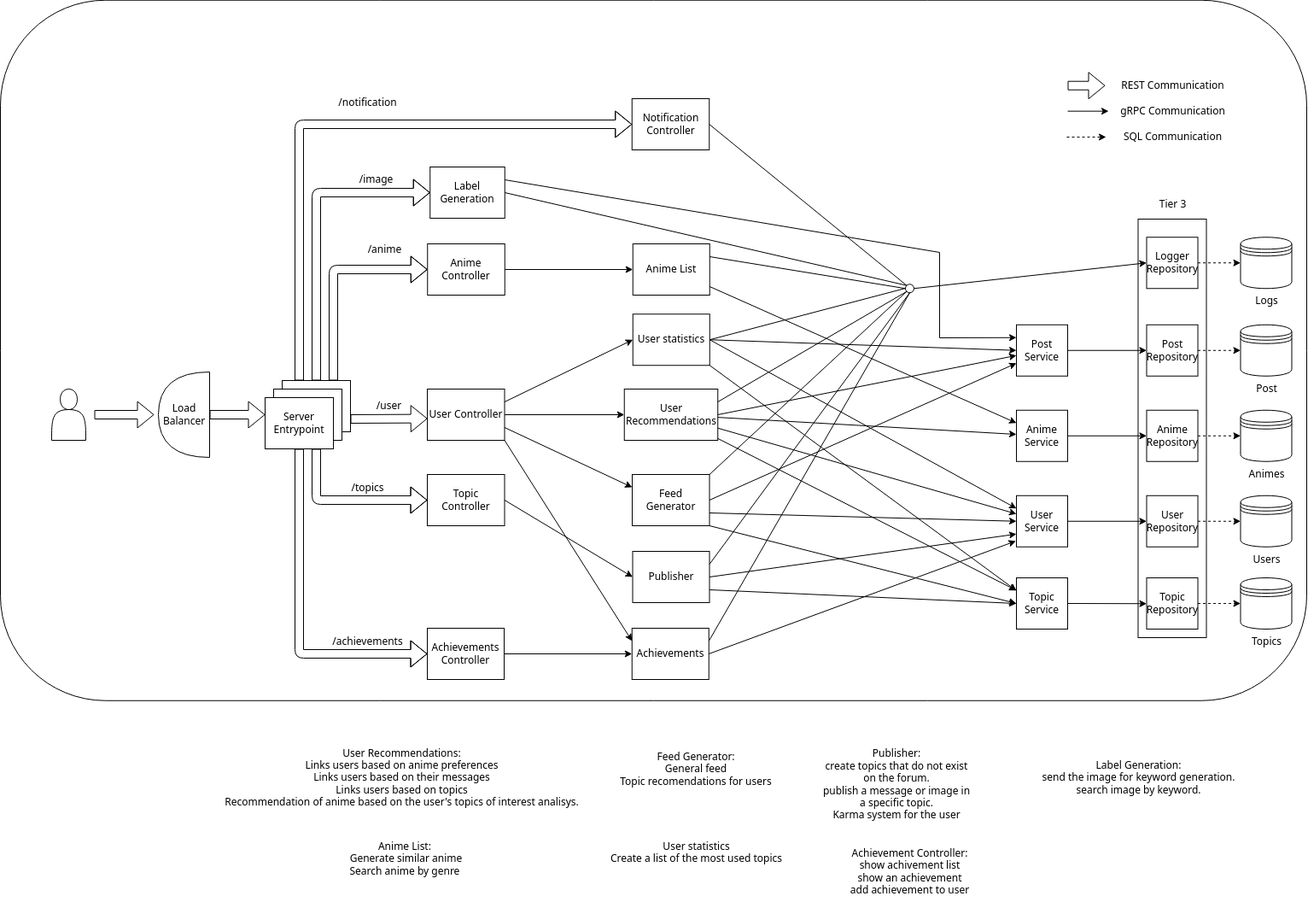
GoncaloP0710/Ani-F0rum keeps this draw.io diagram as draw.png. Above is the earlier version. Source tidied: cells renumbered, new cells last; positions are measured from the earlier drawing's top-left corner, leaving out a move shared by most shapes.
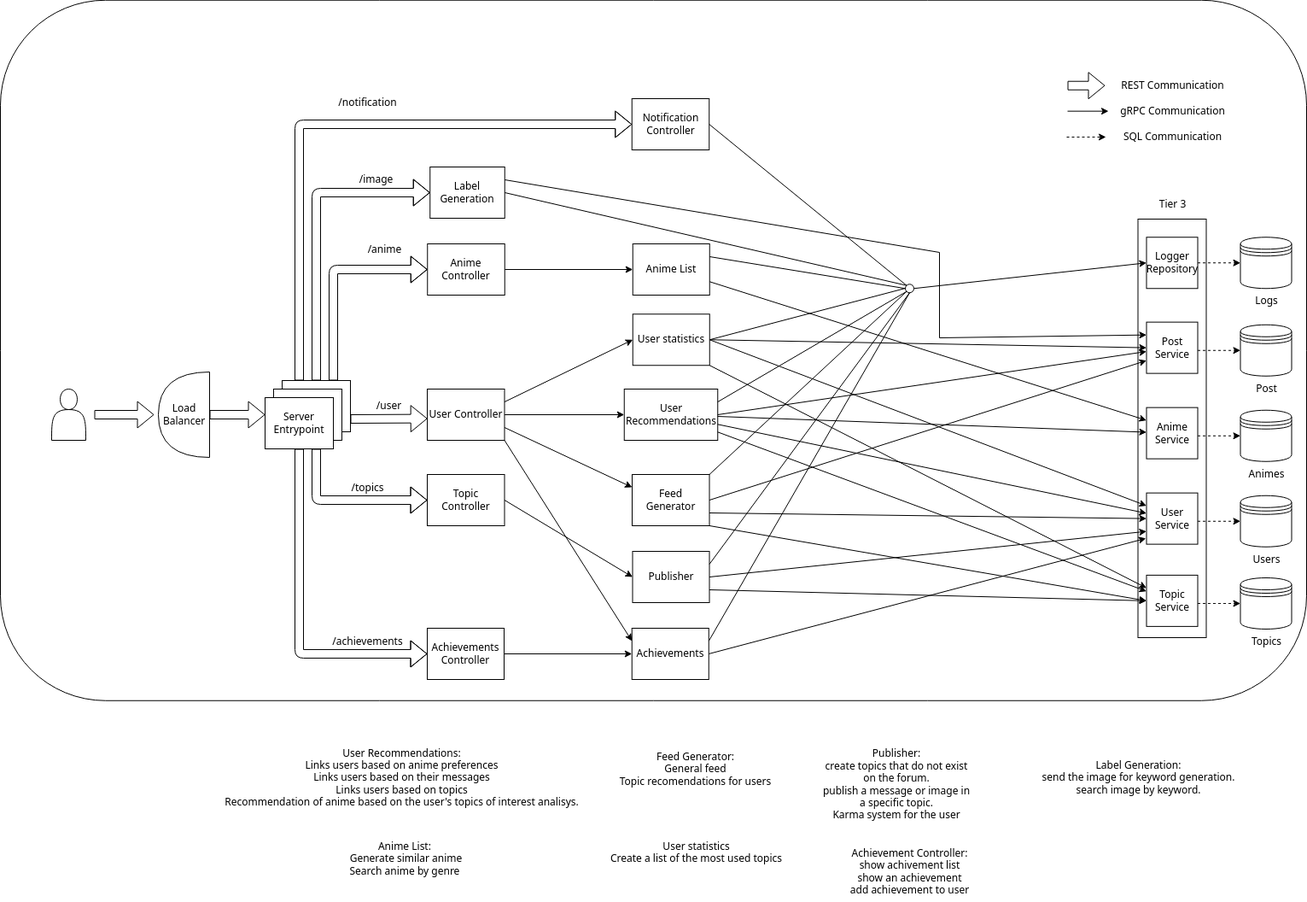
After the change.

Diff of the diagram source:
```diff
@@ -53,15 +53,6 @@
     <mxCell id="18" value="Logs" style="text;html=1;align=center;verticalAlign=middle;strokeColor=none;fillColor=none;" parent="1" vertex="1">
       <mxGeometry x="1457.5" y="337.2" width="50" height="30" as="geometry" />
     </mxCell>
-    <mxCell id="19" value="&lt;span style=&quot;color: rgb(0, 0, 0); text-wrap-mode: nowrap;&quot;&gt;Post&lt;/span&gt;&lt;br&gt;&lt;span style=&quot;color: rgb(0, 0, 0);&quot;&gt;Repository&lt;/span&gt;" style="whiteSpace=wrap;html=1;" parent="1" vertex="1">
-      <mxGeometry x="1342.5" y="379.8" width="60" height="60" as="geometry" />
-    </mxCell>
-    <mxCell id="20" value="Anime&lt;br&gt;&lt;span style=&quot;color: rgb(0, 0, 0);&quot;&gt;Repository&lt;/span&gt;" style="whiteSpace=wrap;html=1;" parent="1" vertex="1">
-      <mxGeometry x="1342.5" y="479.8" width="60" height="60" as="geometry" />
-    </mxCell>
-    <mxCell id="21" value="User&lt;br&gt;&lt;span style=&quot;color: rgb(0, 0, 0);&quot;&gt;Repository&lt;/span&gt;" style="whiteSpace=wrap;html=1;" parent="1" vertex="1">
-      <mxGeometry x="1342.5" y="579.8" width="60" height="60" as="geometry" />
-    </mxCell>
     <mxCell id="22" value="Tier 3" style="text;html=1;align=center;verticalAlign=middle;strokeColor=none;fillColor=none;" parent="1" vertex="1">
       <mxGeometry x="1347.5" y="224" width="50" height="30" as="geometry" />
     </mxCell>
@@ -74,23 +65,17 @@
     <mxCell id="25" value="Topics" style="text;html=1;align=center;verticalAlign=middle;strokeColor=none;fillColor=none;" parent="1" vertex="1">
       <mxGeometry x="1452.5" y="736" width="60" height="30" as="geometry" />
     </mxCell>
-    <mxCell id="26" value="Topic&lt;br&gt;&lt;span style=&quot;color: rgb(0, 0, 0);&quot;&gt;Repository&lt;/span&gt;" style="whiteSpace=wrap;html=1;" parent="1" vertex="1">
-      <mxGeometry x="1342.5" y="676" width="60" height="60" as="geometry" />
-    </mxCell>
     <mxCell id="27" value="Post&lt;br&gt;Service" style="rounded=0;whiteSpace=wrap;html=1;" parent="1" vertex="1">
-      <mxGeometry x="1190" y="379.8" width="60" height="60" as="geometry" />
+      <mxGeometry x="1342.5" y="376.6" width="60" height="60" as="geometry" />
     </mxCell>
-    <mxCell id="28" style="edgeStyle=none;html=1;" parent="1" edge="1" source="29" target="20">
-      <mxGeometry relative="1" as="geometry" />
-    </mxCell>
     <mxCell id="29" value="Anime&lt;br&gt;Service" style="rounded=0;whiteSpace=wrap;html=1;" parent="1" vertex="1">
-      <mxGeometry x="1190" y="479.8" width="60" height="60" as="geometry" />
+      <mxGeometry x="1342.5" y="476.6" width="60" height="60" as="geometry" />
     </mxCell>
     <mxCell id="30" value="User&lt;br&gt;Service" style="rounded=0;whiteSpace=wrap;html=1;" parent="1" vertex="1">
-      <mxGeometry x="1190" y="579.8" width="60" height="60" as="geometry" />
+      <mxGeometry x="1342.5" y="576.6" width="60" height="60" as="geometry" />
     </mxCell>
     <mxCell id="31" value="Topic&lt;br&gt;Service" style="rounded=0;whiteSpace=wrap;html=1;" parent="1" vertex="1">
-      <mxGeometry x="1190" y="676" width="60" height="60" as="geometry" />
+      <mxGeometry x="1342.5" y="672.9" width="60" height="60" as="geometry" />
     </mxCell>
     <mxCell id="32" style="endArrow=classic;html=1;entryX=0;entryY=0.25;entryDx=0;entryDy=0;exitX=1;exitY=0.25;exitDx=0;exitDy=0;rounded=0;curved=0;" parent="1" edge="1" source="23" target="27">
       <mxGeometry relative="1" as="geometry">
@@ -100,17 +85,6 @@
         </Array>
       </mxGeometry>
     </mxCell>
-    <mxCell id="33" style="endArrow=classic;html=1;entryX=0;entryY=0.5;entryDx=0;entryDy=0;exitX=1;exitY=0.5;exitDx=0;exitDy=0;" parent="1" edge="1" source="27" target="19">
-      <mxGeometry relative="1" as="geometry" />
-    </mxCell>
-    <mxCell id="34" style="endArrow=classic;startArrow=none;html=1;entryX=0;entryY=0.5;entryDx=0;entryDy=0;exitX=1;exitY=0.5;exitDx=0;exitDy=0;startFill=0;" parent="1" edge="1" source="30" target="21">
-      <mxGeometry relative="1" as="geometry" />
-    </mxCell>
-    <mxCell id="35" style="endArrow=classic;startArrow=none;html=1;entryX=0;entryY=0.5;entryDx=0;entryDy=0;exitX=1;exitY=0.5;exitDx=0;exitDy=0;startFill=0;" parent="1" edge="1" source="31">
-      <mxGeometry relative="1" as="geometry">
-        <mxPoint x="1342.5" y="706.2" as="targetPoint" />
-      </mxGeometry>
-    </mxCell>
     <mxCell id="36" value="Publisher" style="rounded=0;whiteSpace=wrap;html=1;" parent="1" vertex="1">
       <mxGeometry x="740.5" y="645" width="90" height="60" as="geometry" />
     </mxCell>
@@ -249,20 +223,28 @@
     <mxCell id="79" style="endArrow=classic;html=1;entryX=0;entryY=0.25;entryDx=0;entryDy=0;exitX=1;exitY=1;exitDx=0;exitDy=0;" parent="1" edge="1" source="48" target="101">
       <mxGeometry relative="1" as="geometry" />
     </mxCell>
-    <mxCell id="80" style="endArrow=classic;html=1;entryX=0;entryY=0.5;entryDx=0;entryDy=0;exitX=1;exitY=0.5;exitDx=0;exitDy=0;dashed=1;" parent="1" edge="1" source="26" target="24">
-      <mxGeometry relative="1" as="geometry" />
+    <mxCell id="80" style="endArrow=classic;html=1;entryX=0;entryY=0.5;entryDx=0;entryDy=0;exitX=1;exitY=0.5;exitDx=0;exitDy=0;dashed=1;" parent="1" edge="1" target="24">
+      <mxGeometry relative="1" as="geometry">
+        <mxPoint x="1402.5" y="706" as="sourcePoint" />
+      </mxGeometry>
     </mxCell>
-    <mxCell id="81" style="endArrow=classic;html=1;entryX=0;entryY=0.5;entryDx=0;entryDy=0;exitX=1;exitY=0.5;exitDx=0;exitDy=0;dashed=1;" parent="1" edge="1" source="21" target="4">
-      <mxGeometry relative="1" as="geometry" />
+    <mxCell id="81" style="endArrow=classic;html=1;entryX=0;entryY=0.5;entryDx=0;entryDy=0;exitX=1;exitY=0.5;exitDx=0;exitDy=0;dashed=1;" parent="1" edge="1" target="4">
+      <mxGeometry relative="1" as="geometry">
+        <mxPoint x="1402.5" y="609.8" as="sourcePoint" />
+      </mxGeometry>
     </mxCell>
     <mxCell id="82" style="endArrow=classic;html=1;entryX=0;entryY=0.5;entryDx=0;entryDy=0;exitX=1;exitY=0.5;exitDx=0;exitDy=0;dashed=1;" parent="1" edge="1" source="16" target="17">
       <mxGeometry relative="1" as="geometry" />
     </mxCell>
-    <mxCell id="83" style="endArrow=classic;html=1;entryX=0;entryY=0.5;entryDx=0;entryDy=0;exitX=1;exitY=0.5;exitDx=0;exitDy=0;dashed=1;" parent="1" edge="1" source="19" target="13">
-      <mxGeometry relative="1" as="geometry" />
+    <mxCell id="83" style="endArrow=classic;html=1;entryX=0;entryY=0.5;entryDx=0;entryDy=0;exitX=1;exitY=0.5;exitDx=0;exitDy=0;dashed=1;" parent="1" edge="1" target="13">
+      <mxGeometry relative="1" as="geometry">
+        <mxPoint x="1402.5" y="409.8" as="sourcePoint" />
+      </mxGeometry>
     </mxCell>
-    <mxCell id="84" style="endArrow=classic;html=1;entryX=0;entryY=0.5;entryDx=0;entryDy=0;exitX=1;exitY=0.5;exitDx=0;exitDy=0;dashed=1;" parent="1" edge="1" source="20" target="12">
-      <mxGeometry relative="1" as="geometry" />
+    <mxCell id="84" style="endArrow=classic;html=1;entryX=0;entryY=0.5;entryDx=0;entryDy=0;exitX=1;exitY=0.5;exitDx=0;exitDy=0;dashed=1;" parent="1" edge="1" target="12">
+      <mxGeometry relative="1" as="geometry">
+        <mxPoint x="1402.5" y="509.8" as="sourcePoint" />
+      </mxGeometry>
     </mxCell>
     <mxCell id="85" style="endArrow=classic;html=1;dashed=1;" parent="1" edge="1">
       <mxGeometry relative="1" as="geometry">
```
